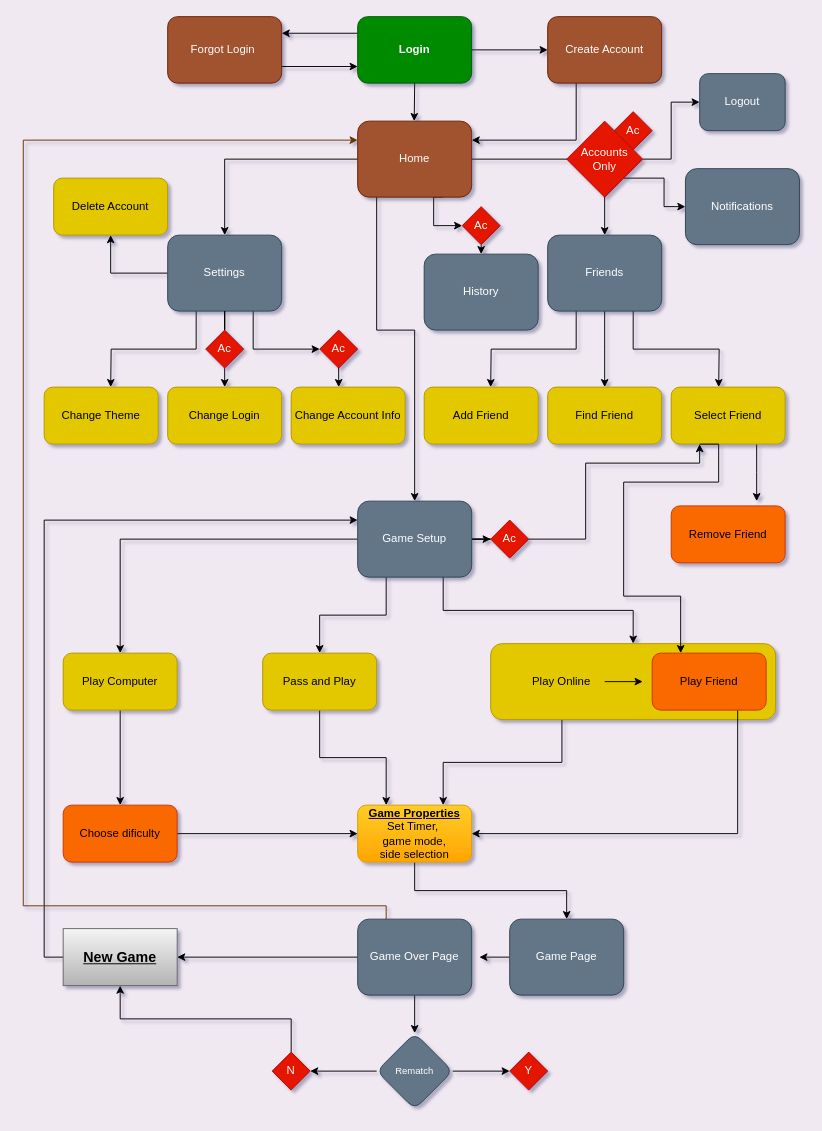
Earlier version of the draw.io diagram Documentation/SiteFlowChart.drawio (Logangosha/ChessApp). Source tidied: cells renumbered, new cells numbered last; positions are measured from the earlier drawing's top-left corner, leaving out a move shared by most shapes. Both pictures are drawn from the tidied source at 95%, with x=0, y=0 at pixel (23, 16).
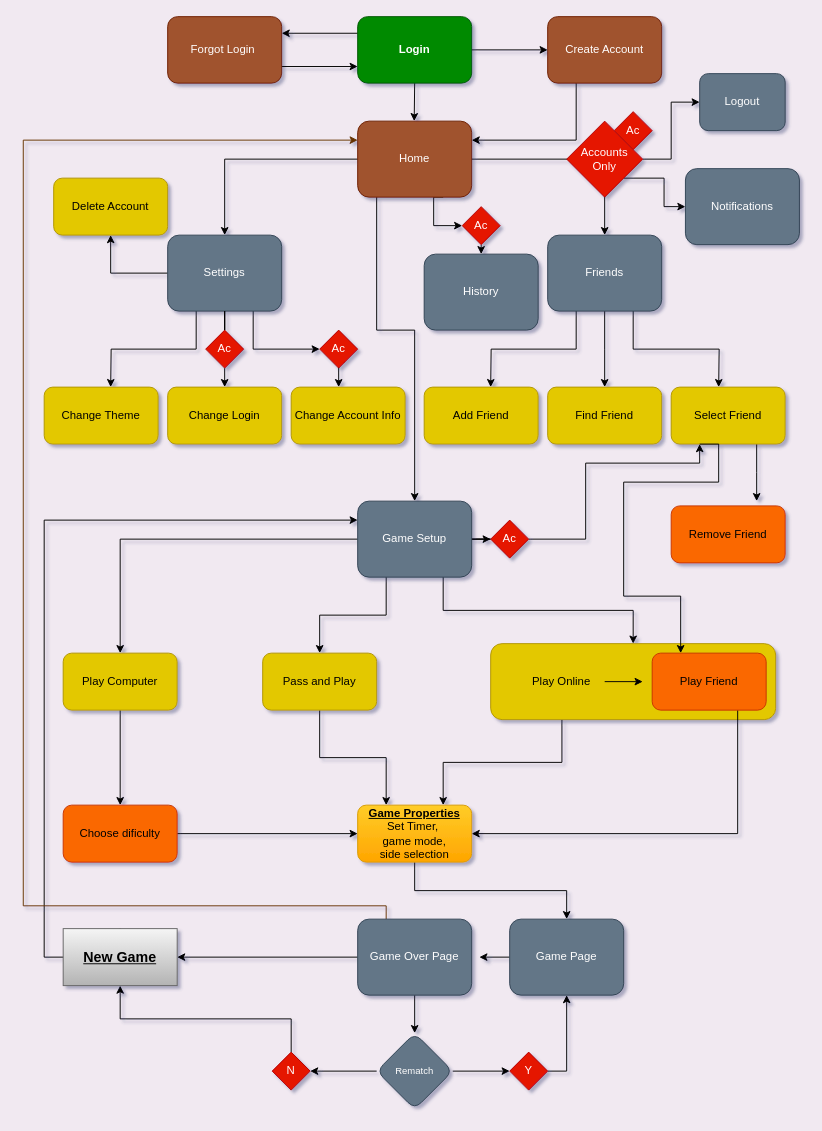
After the change.

Unchanged cells that the change refers to:
```xml
<mxCell id="63" value="Game Page" style="rounded=1;whiteSpace=wrap;html=1;fillColor=#647687;fontColor=#ffffff;strokeColor=#314354;" parent="1" vertex="1">
  <mxGeometry x="512" y="950" width="120" height="80" as="geometry" />
</mxCell>
<mxCell id="73" value="Y" style="rhombus;whiteSpace=wrap;html=1;fillColor=#e51400;fontColor=#ffffff;strokeColor=#B20000;" parent="1" vertex="1">
  <mxGeometry x="512" y="1090" width="40" height="40" as="geometry" />
</mxCell>
```

The edit, as a diff of the source:
```diff
@@
+    <mxCell id="82" style="edgeStyle=orthogonalEdgeStyle;rounded=0;jettySize=auto;html=1;exitX=1;exitY=0.5;exitDx=0;exitDy=0;entryX=0.5;entryY=1;entryDx=0;entryDy=0;" parent="1" edge="1" source="73" target="63">
+      <mxGeometry relative="1" as="geometry" />
+    </mxCell>
```
